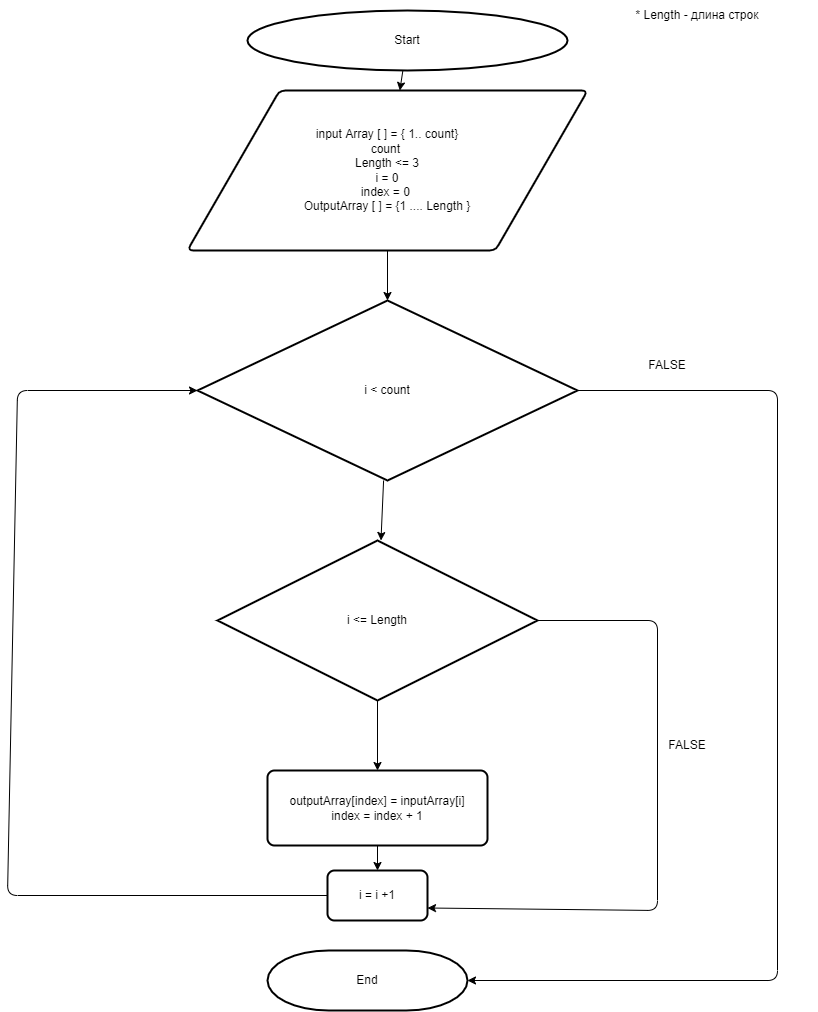
Above: flowchart.drawio.png in DarkWolf1990/Exam_1 (draw.io), before the change. Source tidied: cells renumbered, new cells last; positions are measured from the earlier drawing's top-left corner, leaving out a move shared by most shapes.
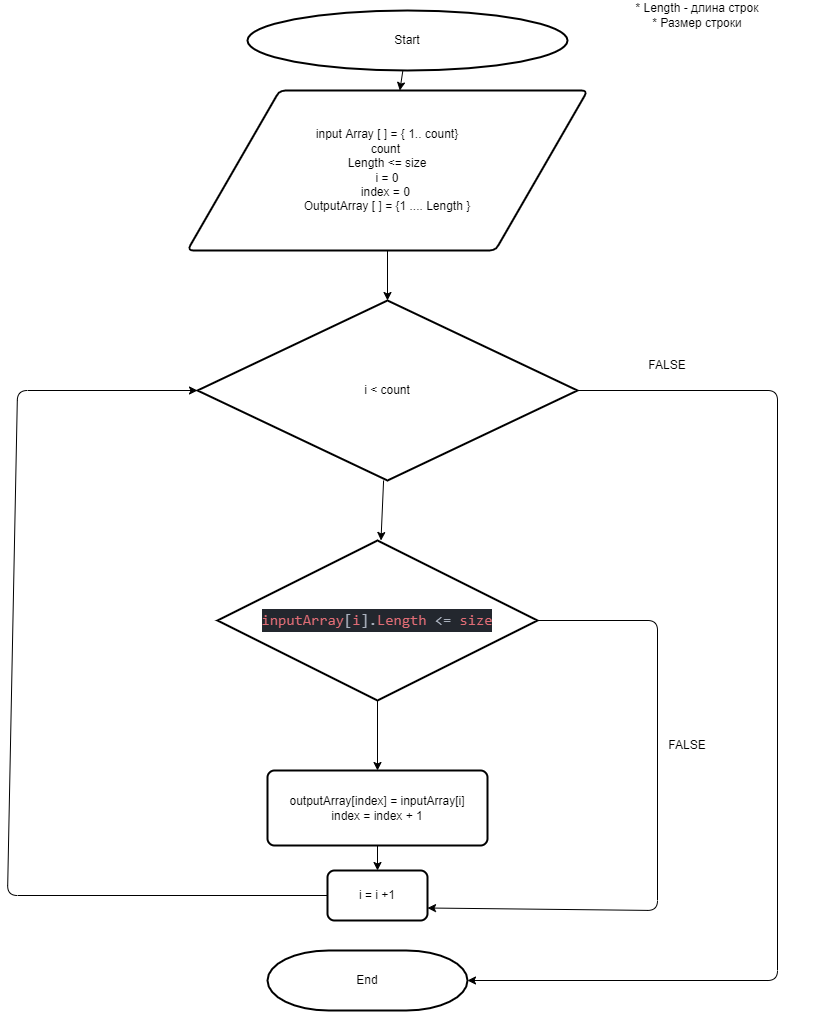
Above is the later version.

The edit, as a diff of the source:
```diff
@@ -11,10 +11,10 @@
     <mxCell id="4" style="edgeStyle=none;html=1;" parent="1" edge="1" source="5" target="9">
       <mxGeometry relative="1" as="geometry" />
     </mxCell>
-    <mxCell id="5" value="input Array [ ] = { 1.. count}&lt;br&gt;count&amp;nbsp;&lt;br&gt;Length &amp;lt;= 3&lt;br&gt;i = 0&lt;br&gt;index = 0&amp;nbsp;&lt;br&gt;OutputArray [ ] = {1 .... Length }" style="shape=parallelogram;html=1;strokeWidth=2;perimeter=parallelogramPerimeter;whiteSpace=wrap;rounded=1;arcSize=12;size=0.23;" parent="1" vertex="1">
+    <mxCell id="5" value="input Array [ ] = { 1.. count}&lt;br&gt;count&amp;nbsp;&lt;br&gt;Length &amp;lt;= size&lt;br&gt;i = 0&lt;br&gt;index = 0&amp;nbsp;&lt;br&gt;OutputArray [ ] = {1 .... Length }" style="shape=parallelogram;html=1;strokeWidth=2;perimeter=parallelogramPerimeter;whiteSpace=wrap;rounded=1;arcSize=12;size=0.23;" parent="1" vertex="1">
       <mxGeometry x="180" y="90" width="400" height="160" as="geometry" />
     </mxCell>
-    <mxCell id="6" value="* Length - длина строк" style="text;html=1;strokeColor=none;fillColor=none;align=center;verticalAlign=middle;whiteSpace=wrap;rounded=0;" parent="1" vertex="1">
+    <mxCell id="6" value="* Length - длина строк&lt;br&gt;* Размер строки" style="text;html=1;strokeColor=none;fillColor=none;align=center;verticalAlign=middle;whiteSpace=wrap;rounded=0;" parent="1" vertex="1">
       <mxGeometry x="570" width="240" height="30" as="geometry" />
     </mxCell>
     <mxCell id="7" style="edgeStyle=none;html=1;" parent="1" edge="1" source="9" target="19">
@@ -68,7 +68,7 @@
         </Array>
       </mxGeometry>
     </mxCell>
-    <mxCell id="19" value="i &amp;lt;= Length" style="strokeWidth=2;html=1;shape=mxgraph.flowchart.decision;whiteSpace=wrap;" parent="1" vertex="1">
+    <mxCell id="19" value="&lt;div style=&quot;color: rgb(171 , 178 , 191) ; background-color: rgb(35 , 39 , 46) ; font-family: &amp;#34;consolas&amp;#34; , &amp;#34;courier new&amp;#34; , monospace ; font-size: 15px ; line-height: 23px&quot;&gt;&lt;span style=&quot;color: #e06c75&quot;&gt;inputArray&lt;/span&gt;[&lt;span style=&quot;color: #e06c75&quot;&gt;i&lt;/span&gt;].&lt;span style=&quot;color: #e06c75&quot;&gt;Length&lt;/span&gt; &amp;lt;= &lt;span style=&quot;color: #e06c75&quot;&gt;size&lt;/span&gt;&lt;/div&gt;" style="strokeWidth=2;html=1;shape=mxgraph.flowchart.decision;whiteSpace=wrap;" parent="1" vertex="1">
       <mxGeometry x="210" y="540" width="320" height="160" as="geometry" />
     </mxCell>
   </root>
```
